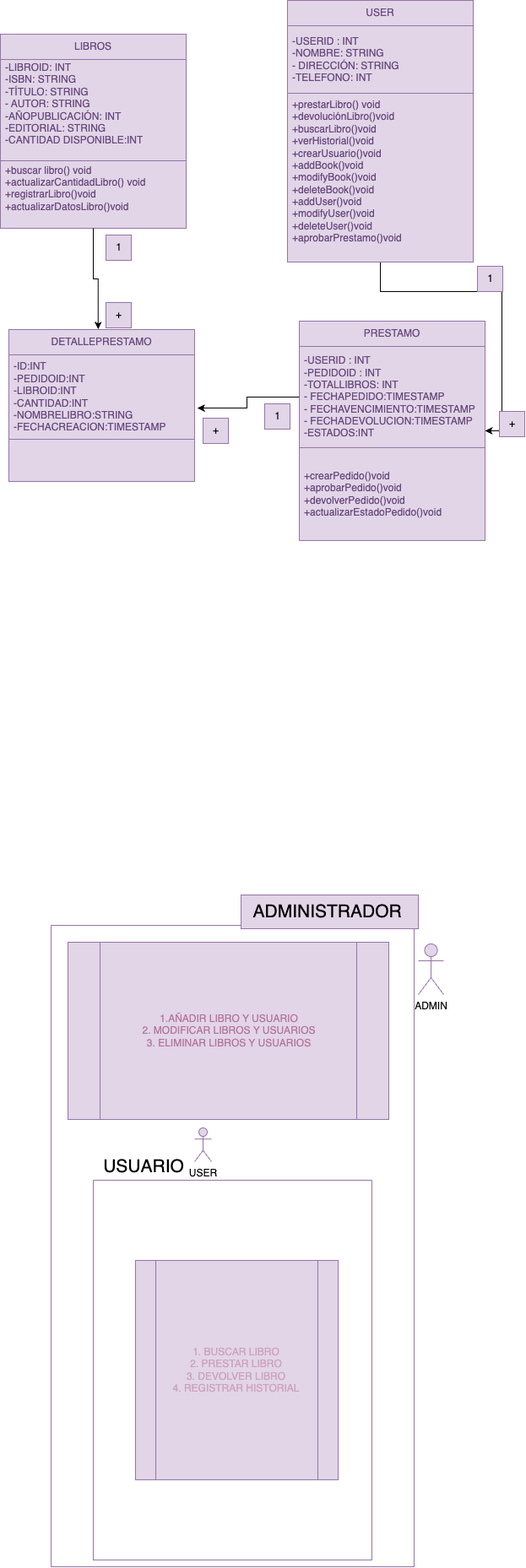
This is AVANCE1/AVANCE1.png from jMoscut/Progra1_ProyectoFinal, a draw.io export, as it was before one commit. Source tidied: cells renumbered, new cells last; positions are measured from the earlier drawing's top-left corner, leaving out a move shared by most shapes. Its diagram source:
```xml
<mxGraphModel>
  <root>
    <mxCell id="0" />
    <mxCell id="1" parent="0" />
    <mxCell id="2" value="&lt;font&gt;LIBROS&lt;/font&gt;" style="swimlane;fontStyle=0;horizontal=1;startSize=30;whiteSpace=wrap;html=1;fillColor=#e1d5e7;strokeColor=#9673a6;fontColor=#69497e;" parent="1" vertex="1">
      <mxGeometry y="40" width="220" height="230" as="geometry" />
    </mxCell>
    <mxCell id="3" value="-LIBROID: INT&lt;br&gt;-ISBN: STRING&lt;br&gt;-TÍTULO: STRING&amp;nbsp;&lt;br&gt;- AUTOR: STRING&lt;br&gt;-AÑOPUBLICACIÓN: INT&lt;br&gt;-EDITORIAL: STRING&lt;br&gt;-CANTIDAD DISPONIBLE:INT&lt;br&gt;&lt;div&gt;&lt;br&gt;&lt;/div&gt;" style="text;strokeColor=#9673a6;fillColor=#e1d5e7;align=left;verticalAlign=middle;spacingLeft=4;spacingRight=4;overflow=hidden;whiteSpace=wrap;html=1;fontColor=#69497e;" parent="2" vertex="1">
      <mxGeometry y="30" width="220" height="120" as="geometry" />
    </mxCell>
    <mxCell id="4" value="+buscar libro() void&lt;br&gt;+actualizarCantidadLibro() void&lt;br&gt;+registrarLibro()void&lt;br&gt;+actualizarDatosLibro()void&lt;br&gt;&lt;div class=&quot;custom-cursor-default-hover&quot;&gt;&lt;br&gt;&lt;/div&gt;" style="text;strokeColor=#9673a6;fillColor=#e1d5e7;align=left;verticalAlign=middle;spacingLeft=4;spacingRight=4;overflow=hidden;whiteSpace=wrap;html=1;fontColor=#69497e;" parent="2" vertex="1">
      <mxGeometry y="150" width="220" height="80" as="geometry" />
    </mxCell>
    <mxCell id="5" style="edgeStyle=orthogonalEdgeStyle;rounded=0;jettySize=auto;html=1;entryX=1;entryY=0.5;entryDx=0;entryDy=0;" parent="1" edge="1" source="6" target="17">
      <mxGeometry relative="1" as="geometry" />
    </mxCell>
    <mxCell id="6" value="&lt;font&gt;USER&lt;/font&gt;" style="swimlane;fontStyle=0;horizontal=1;startSize=30;whiteSpace=wrap;html=1;fillColor=#e1d5e7;strokeColor=#9673a6;fontColor=#69497e;" parent="1" vertex="1">
      <mxGeometry x="340" width="220" height="310" as="geometry" />
    </mxCell>
    <mxCell id="7" value="-USERID : INT&lt;br&gt;-NOMBRE: STRING&lt;br&gt;- DIRECCIÓN: STRING&lt;br&gt;-TELEFONO: INT" style="text;strokeColor=#9673a6;fillColor=#e1d5e7;align=left;verticalAlign=middle;spacingLeft=4;spacingRight=4;overflow=hidden;whiteSpace=wrap;html=1;fontColor=#69497e;" parent="6" vertex="1">
      <mxGeometry y="30" width="220" height="80" as="geometry" />
    </mxCell>
    <mxCell id="8" value="+prestarLibro() void&lt;br&gt;+devoluciónLibro()void&lt;br&gt;+buscarLibro()void&lt;br&gt;+verHistorial()void&lt;br&gt;+crearUsuario()void&lt;br&gt;+addBook()void&lt;br style=&quot;border-color: var(--border-color);&quot;&gt;+modifyBook()void&lt;br style=&quot;border-color: var(--border-color);&quot;&gt;+deleteBook()void&lt;br style=&quot;border-color: var(--border-color);&quot;&gt;+addUser()void&lt;br style=&quot;border-color: var(--border-color);&quot;&gt;+modifyUser()void&lt;br style=&quot;border-color: var(--border-color);&quot;&gt;+deleteUser()void&lt;br&gt;+aprobarPrestamo()void&lt;br&gt;&lt;div&gt;&lt;br&gt;&lt;/div&gt;" style="text;strokeColor=#9673a6;fillColor=#e1d5e7;align=left;verticalAlign=middle;spacingLeft=4;spacingRight=4;overflow=hidden;whiteSpace=wrap;html=1;fontColor=#69497e;" parent="6" vertex="1">
      <mxGeometry y="110" width="220" height="200" as="geometry" />
    </mxCell>
    <mxCell id="9" style="swimlane;startSize=0;fillColor=#e1d5e7;strokeColor=#9673a6;" parent="1" vertex="1">
      <mxGeometry x="60" y="1096" width="430" height="760" as="geometry" />
    </mxCell>
    <mxCell id="10" value="&lt;font color=&quot;#b5739d&quot;&gt;1.AÑADIR LIBRO Y USUARIO&lt;br&gt;2. MODIFICAR LIBROS Y USUARIOS&lt;br&gt;3. ELIMINAR LIBROS Y USUARIOS&lt;br&gt;&lt;/font&gt;" style="shape=process;whiteSpace=wrap;html=1;backgroundOutline=1;fillColor=#e1d5e7;strokeColor=#9673a6;" parent="9" vertex="1">
      <mxGeometry x="20" y="20" width="380" height="210" as="geometry" />
    </mxCell>
    <mxCell id="11" value="USUARIO" style="text;html=1;align=center;verticalAlign=middle;whiteSpace=wrap;rounded=0;fontSize=21;" parent="9" vertex="1">
      <mxGeometry x="80" y="271" width="60" height="30" as="geometry" />
    </mxCell>
    <mxCell id="12" value="USER" style="shape=umlActor;verticalLabelPosition=bottom;verticalAlign=top;html=1;fillColor=#e1d5e7;strokeColor=#9673a6;" parent="9" vertex="1">
      <mxGeometry x="170" y="240" width="20" height="40" as="geometry" />
    </mxCell>
    <mxCell id="13" value="ADMIN" style="shape=umlActor;verticalLabelPosition=bottom;verticalAlign=top;html=1;fillColor=#e1d5e7;strokeColor=#9673a6;" parent="1" vertex="1">
      <mxGeometry x="495" y="1118" width="30" height="60" as="geometry" />
    </mxCell>
    <mxCell id="14" value="ADMINISTRADOR&amp;nbsp;" style="text;html=1;align=center;verticalAlign=middle;strokeColor=#9673a6;fillColor=#e1d5e7;fontSize=21;" parent="1" vertex="1">
      <mxGeometry x="285" y="1060" width="210" height="40" as="geometry" />
    </mxCell>
    <mxCell id="15" style="swimlane;startSize=0;fillColor=#e1d5e7;strokeColor=#9673a6;" parent="1" vertex="1">
      <mxGeometry x="110" y="1398" width="330" height="450" as="geometry" />
    </mxCell>
    <mxCell id="16" value="&lt;font color=&quot;#cda2be&quot;&gt;&lt;br&gt;1. BUSCAR LIBRO&lt;br&gt;2. PRESTAR LIBRO&lt;br&gt;3. DEVOLVER LIBRO&lt;br&gt;4. REGISTRAR HISTORIAL&lt;br&gt;&lt;br&gt;&lt;/font&gt;" style="shape=process;whiteSpace=wrap;html=1;backgroundOutline=1;fillColor=#e1d5e7;strokeColor=#9673a6;fontColor=#E1D5E7;" parent="15" vertex="1">
      <mxGeometry x="50" y="95" width="240" height="260" as="geometry" />
    </mxCell>
    <mxCell id="17" value="PRESTAMO" style="swimlane;fontStyle=0;horizontal=1;startSize=30;whiteSpace=wrap;html=1;fillColor=#e1d5e7;strokeColor=#9673a6;fontColor=#69497e;" parent="1" vertex="1">
      <mxGeometry x="354" y="380" width="220" height="260" as="geometry" />
    </mxCell>
    <mxCell id="18" value="-USERID : INT&lt;br&gt;-PEDIDOID : INT&lt;br&gt;-TOTALLIBROS: INT&lt;br&gt;- FECHAPEDIDO:TIMESTAMP&lt;br&gt;&lt;div&gt;- FECHAVENCIMIENTO:TIMESTAMP&lt;br&gt;- FECHADEVOLUCION:TIMESTAMP&lt;br&gt;-ESTADOS:INT&lt;/div&gt;" style="text;strokeColor=#9673a6;fillColor=#e1d5e7;align=left;verticalAlign=middle;spacingLeft=4;spacingRight=4;overflow=hidden;points=[[0,0.5],[1,0.5]];portConstraint=eastwest;whiteSpace=wrap;html=1;fontColor=#69497e;" parent="17" vertex="1">
      <mxGeometry y="30" width="220" height="120" as="geometry" />
    </mxCell>
    <mxCell id="19" value="+crearPedido()void&lt;br&gt;+aprobarPedido()void&lt;br&gt;+devolverPedido()void&lt;br&gt;+actualizarEstadoPedido()void" style="text;strokeColor=#9673a6;fillColor=#e1d5e7;align=left;verticalAlign=middle;spacingLeft=4;spacingRight=4;overflow=hidden;whiteSpace=wrap;html=1;fontColor=#69497e;" parent="17" vertex="1">
      <mxGeometry y="150" width="220" height="110" as="geometry" />
    </mxCell>
    <mxCell id="20" value="DETALLEPRESTAMO" style="swimlane;fontStyle=0;horizontal=1;startSize=30;whiteSpace=wrap;html=1;fillColor=#e1d5e7;strokeColor=#9673a6;fontColor=#69497e;" parent="1" vertex="1">
      <mxGeometry x="10" y="390" width="220" height="180" as="geometry" />
    </mxCell>
    <mxCell id="21" value="-ID:INT&lt;br&gt;-PEDIDOID:INT&lt;br&gt;-LIBROID:INT&lt;br&gt;-CANTIDAD:INT&lt;br&gt;-NOMBRELIBRO:STRING&lt;br&gt;-FECHACREACION:TIMESTAMP" style="text;strokeColor=#9673a6;fillColor=#e1d5e7;align=left;verticalAlign=middle;spacingLeft=4;spacingRight=4;overflow=hidden;points=[[0,0.5],[1,0.5]];portConstraint=eastwest;whiteSpace=wrap;html=1;fontColor=#69497e;" parent="20" vertex="1">
      <mxGeometry y="30" width="220" height="100" as="geometry" />
    </mxCell>
    <mxCell id="22" style="text;strokeColor=#9673a6;fillColor=#e1d5e7;align=left;verticalAlign=middle;spacingLeft=4;spacingRight=4;overflow=hidden;whiteSpace=wrap;html=1;fontColor=#69497e;" parent="20" vertex="1">
      <mxGeometry y="130" width="220" height="50" as="geometry" />
    </mxCell>
    <mxCell id="23" style="edgeStyle=orthogonalEdgeStyle;rounded=0;jettySize=auto;html=1;entryX=1.015;entryY=0.63;entryDx=0;entryDy=0;entryPerimeter=0;" parent="1" edge="1" source="18" target="21">
      <mxGeometry relative="1" as="geometry" />
    </mxCell>
    <mxCell id="24" style="edgeStyle=orthogonalEdgeStyle;rounded=0;jettySize=auto;html=1;entryX=0.481;entryY=-0.002;entryDx=0;entryDy=0;entryPerimeter=0;" parent="1" edge="1" source="2" target="20">
      <mxGeometry relative="1" as="geometry" />
    </mxCell>
    <mxCell id="25" value="1" style="text;html=1;align=center;verticalAlign=middle;strokeColor=#9673a6;fillColor=#e1d5e7;" parent="1" vertex="1">
      <mxGeometry x="565" y="315" width="30" height="30" as="geometry" />
    </mxCell>
    <mxCell id="26" value="+" style="text;html=1;align=center;verticalAlign=middle;strokeColor=#9673a6;fillColor=#e1d5e7;" parent="1" vertex="1">
      <mxGeometry x="591" y="487" width="30" height="30" as="geometry" />
    </mxCell>
    <mxCell id="27" value="1" style="text;html=1;align=center;verticalAlign=middle;strokeColor=#9673a6;fillColor=#e1d5e7;" parent="1" vertex="1">
      <mxGeometry x="313" y="478" width="30" height="30" as="geometry" />
    </mxCell>
    <mxCell id="28" value="+" style="text;html=1;align=center;verticalAlign=middle;strokeColor=#9673a6;fillColor=#e1d5e7;" parent="1" vertex="1">
      <mxGeometry x="240" y="495" width="30" height="30" as="geometry" />
    </mxCell>
    <mxCell id="29" value="1" style="text;html=1;align=center;verticalAlign=middle;strokeColor=#9673a6;fillColor=#e1d5e7;" parent="1" vertex="1">
      <mxGeometry x="125" y="278" width="30" height="30" as="geometry" />
    </mxCell>
    <mxCell id="30" value="+" style="text;html=1;align=center;verticalAlign=middle;strokeColor=#9673a6;fillColor=#e1d5e7;" parent="1" vertex="1">
      <mxGeometry x="125" y="358" width="30" height="30" as="geometry" />
    </mxCell>
  </root>
</mxGraphModel>
```
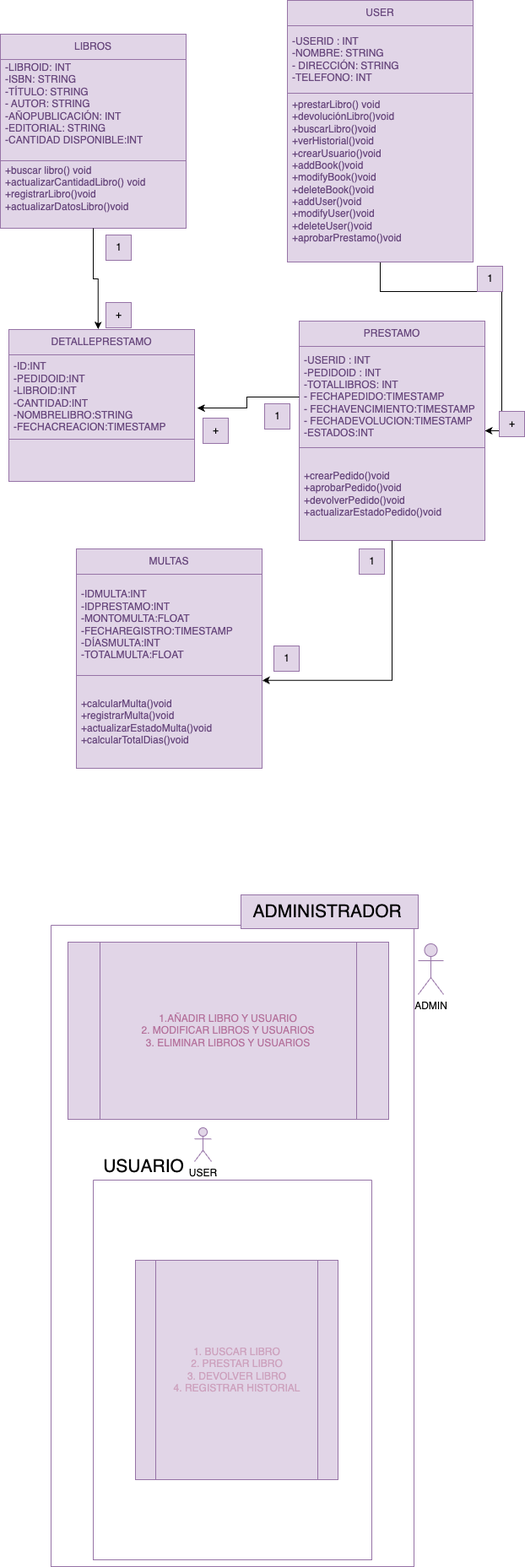
The same diagram one commit later.

Change to the diagram source:
```diff
@@ -89,5 +89,23 @@
     <mxCell id="30" value="+" style="text;html=1;align=center;verticalAlign=middle;strokeColor=#9673a6;fillColor=#e1d5e7;" parent="1" vertex="1">
       <mxGeometry x="125" y="358" width="30" height="30" as="geometry" />
     </mxCell>
+    <mxCell id="31" value="MULTAS" style="swimlane;fontStyle=0;horizontal=1;startSize=30;whiteSpace=wrap;html=1;fillColor=#e1d5e7;strokeColor=#9673a6;fontColor=#69497e;" parent="1" vertex="1">
+      <mxGeometry x="90" y="650" width="220" height="260" as="geometry" />
+    </mxCell>
+    <mxCell id="32" value="-IDMULTA:INT&lt;br&gt;-IDPRESTAMO:INT&lt;br&gt;-MONTOMULTA:FLOAT&lt;br&gt;-FECHAREGISTRO:TIMESTAMP&lt;br&gt;-DÍASMULTA:INT&lt;br&gt;-TOTALMULTA:FLOAT" style="text;strokeColor=#9673a6;fillColor=#e1d5e7;align=left;verticalAlign=middle;spacingLeft=4;spacingRight=4;overflow=hidden;whiteSpace=wrap;html=1;fontColor=#69497e;" parent="31" vertex="1">
+      <mxGeometry y="30" width="220" height="120" as="geometry" />
+    </mxCell>
+    <mxCell id="33" value="+calcularMulta()void&lt;br&gt;+registrarMulta()void&lt;br&gt;+actualizarEstadoMulta()void&lt;br&gt;+calcularTotalDias()void" style="text;strokeColor=#9673a6;fillColor=#e1d5e7;align=left;verticalAlign=middle;spacingLeft=4;spacingRight=4;overflow=hidden;points=[[0,0.5],[1,0.5]];portConstraint=eastwest;whiteSpace=wrap;html=1;fontColor=#69497e;" parent="31" vertex="1">
+      <mxGeometry y="150" width="220" height="110" as="geometry" />
+    </mxCell>
+    <mxCell id="34" style="edgeStyle=orthogonalEdgeStyle;rounded=0;jettySize=auto;html=1;entryX=1.001;entryY=0.053;entryDx=0;entryDy=0;entryPerimeter=0;" parent="1" edge="1" source="17" target="33">
+      <mxGeometry relative="1" as="geometry" />
+    </mxCell>
+    <mxCell id="35" value="1" style="text;html=1;align=center;verticalAlign=middle;strokeColor=#9673a6;fillColor=#e1d5e7;" parent="1" vertex="1">
+      <mxGeometry x="425" y="650" width="30" height="30" as="geometry" />
+    </mxCell>
+    <mxCell id="36" value="1" style="text;html=1;align=center;verticalAlign=middle;strokeColor=#9673a6;fillColor=#e1d5e7;" parent="1" vertex="1">
+      <mxGeometry x="324" y="765" width="30" height="30" as="geometry" />
+    </mxCell>
   </root>
 </mxGraphModel>
```
